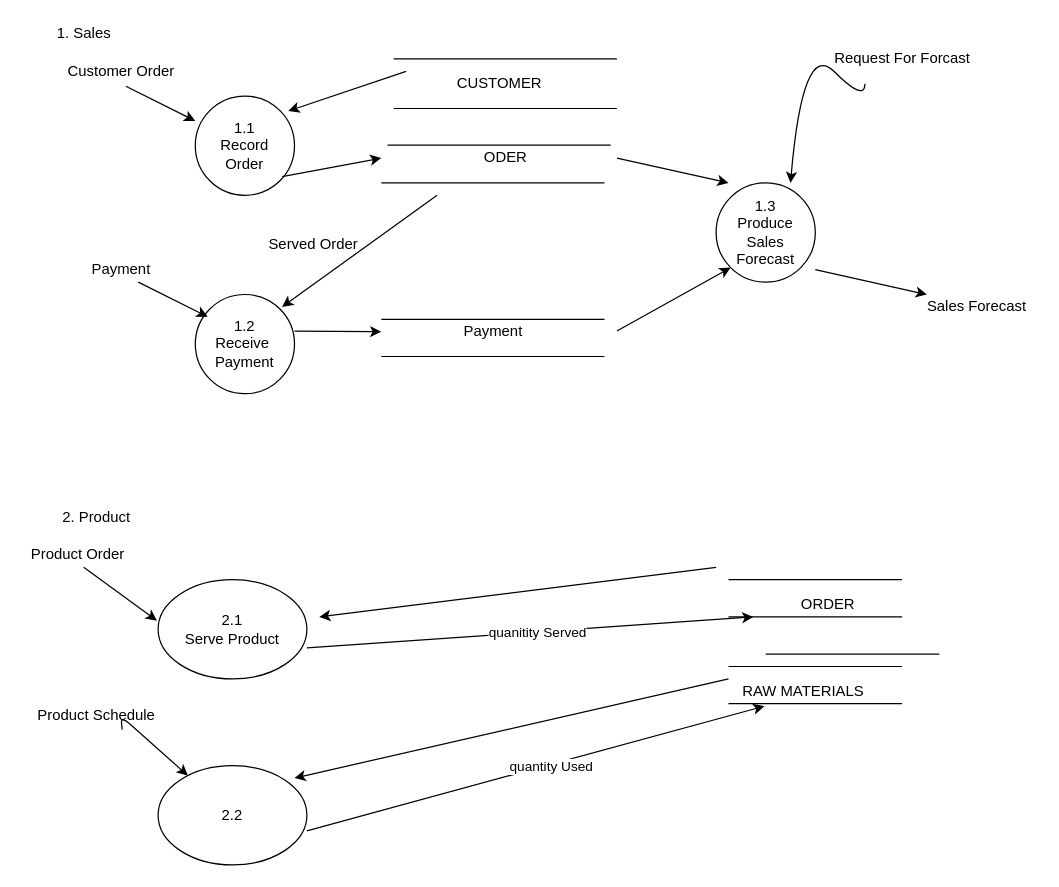
SudipAdh/software-engineering-visio keeps this draw.io diagram as step3.drawio. Above is the earlier version. Source tidied: cells renumbered, new cells numbered last; positions are measured from the earlier drawing's top-left corner, leaving out a move shared by most shapes. Both pictures are drawn from the tidied source at 124%, with x=0, y=0 at pixel (21, 21).
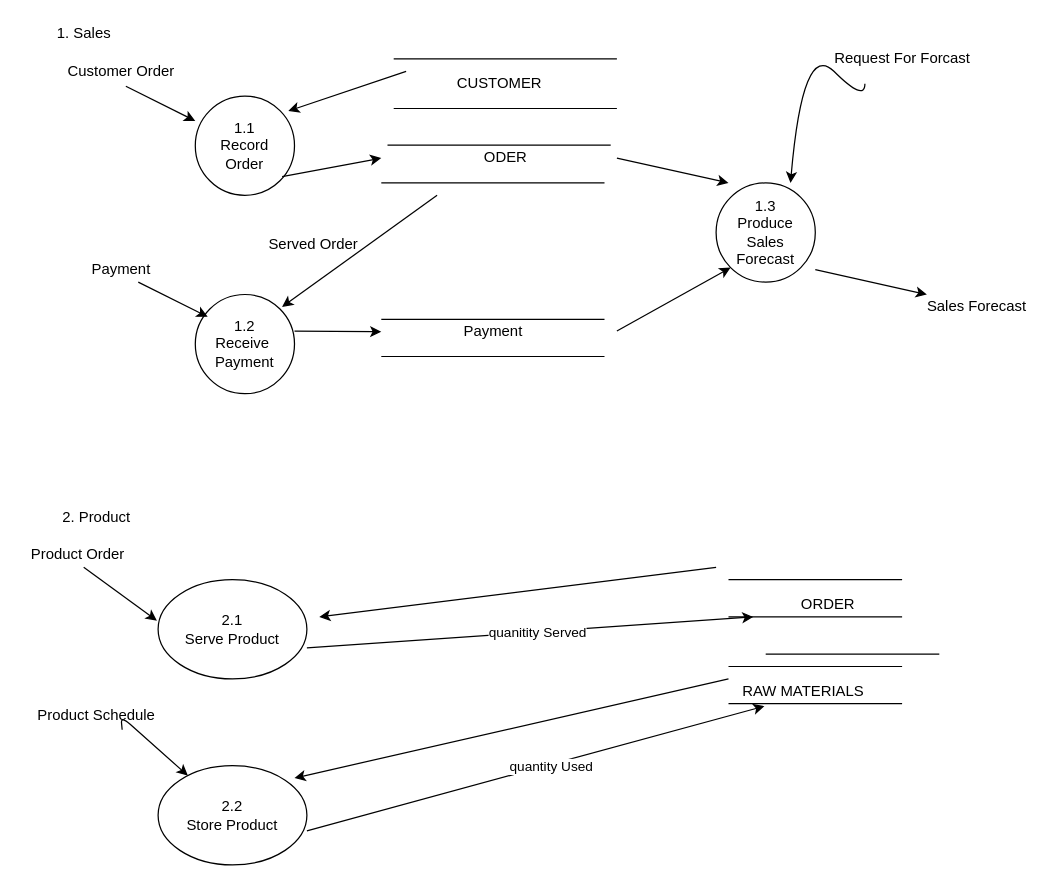
The same diagram, later.

Diff of the diagram source:
```diff
@@
-    <mxCell id="32" value="2.2" style="ellipse;whiteSpace=wrap;html=1;" parent="1" vertex="1">
+    <mxCell id="32" value="2.2&lt;br&gt;Store Product" style="ellipse;whiteSpace=wrap;html=1;" parent="1" vertex="1">
       <mxGeometry x="110" y="600" width="120" height="80" as="geometry" />
     </mxCell>
```
